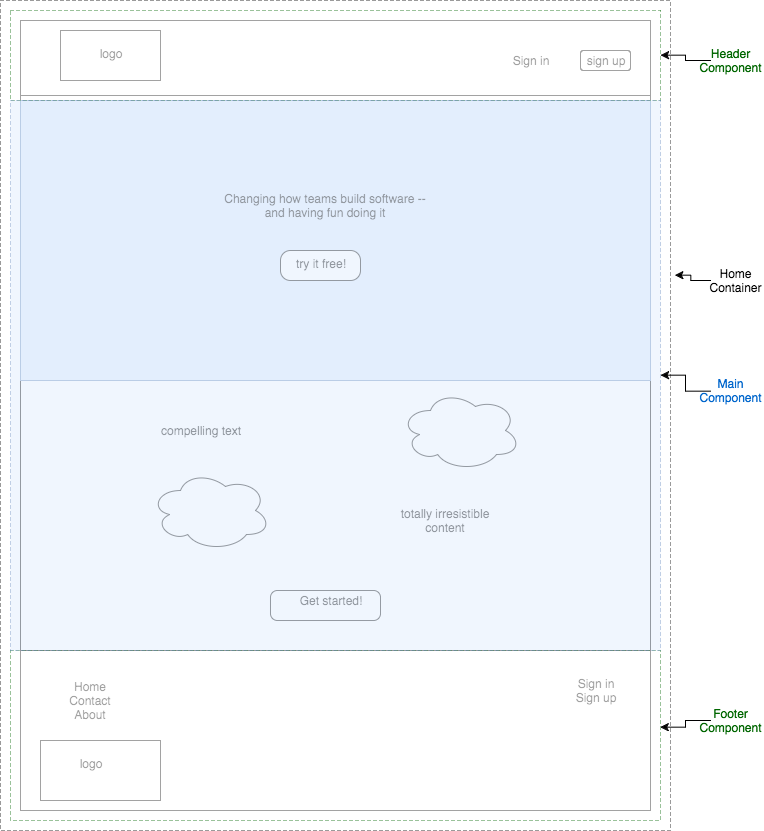
The draw.io diagram docs/wireframes/logged_out_home.png in sofbot/trackster, before a commit. Source tidied: cells renumbered, new cells last; positions are measured from the earlier drawing's top-left corner, leaving out a move shared by most shapes. Source of this version:
```xml
<mxGraphModel background="#ffffff">
  <root>
    <mxCell id="0" />
    <mxCell id="1" parent="0" />
    <mxCell id="2" style="whiteSpace=wrap;html=1;" parent="1" vertex="1">
      <mxGeometry x="20" y="20" width="630" height="785" as="geometry" />
    </mxCell>
    <mxCell id="3" style="whiteSpace=wrap;html=1;" parent="1" vertex="1">
      <mxGeometry x="20" y="20" width="630" height="75" as="geometry" />
    </mxCell>
    <mxCell id="4" style="whiteSpace=wrap;html=1;" parent="1" vertex="1">
      <mxGeometry x="20" y="650" width="630" height="160" as="geometry" />
    </mxCell>
    <mxCell id="5" value="Home&lt;div&gt;&lt;div&gt;&lt;div&gt;Contact&lt;/div&gt;&lt;/div&gt;&lt;div&gt;About&lt;/div&gt;&lt;/div&gt;" style="text;html=1;strokeColor=none;fillColor=none;align=center;verticalAlign=middle;whiteSpace=wrap;" parent="1" vertex="1">
      <mxGeometry x="70" y="690" width="40" height="20" as="geometry" />
    </mxCell>
    <mxCell id="6" style="whiteSpace=wrap;html=1;" parent="1" vertex="1">
      <mxGeometry x="60" y="30" width="100" height="50" as="geometry" />
    </mxCell>
    <mxCell id="7" value="logo&lt;div&gt;&lt;br&gt;&lt;/div&gt;" style="text;html=1;strokeColor=none;fillColor=none;align=center;verticalAlign=middle;whiteSpace=wrap;" parent="1" vertex="1">
      <mxGeometry x="90" y="50" width="40" height="20" as="geometry" />
    </mxCell>
    <mxCell id="8" value="S&lt;span&gt;ign in&lt;/span&gt;" style="text;html=1;strokeColor=none;fillColor=none;align=center;verticalAlign=middle;whiteSpace=wrap;" parent="1" vertex="1">
      <mxGeometry x="510" y="50" width="40" height="20" as="geometry" />
    </mxCell>
    <mxCell id="9" style="rounded=1;whiteSpace=wrap;html=1;direction=west;" parent="1" vertex="1">
      <mxGeometry x="580" y="50" width="50" height="20" as="geometry" />
    </mxCell>
    <mxCell id="10" value="sign up" style="text;html=1;strokeColor=none;fillColor=none;align=center;verticalAlign=middle;whiteSpace=wrap;" parent="1" vertex="1">
      <mxGeometry x="580" y="50" width="50" height="20" as="geometry" />
    </mxCell>
    <mxCell id="11" style="whiteSpace=wrap;html=1;fillColor=#dae8fc;strokeColor=#6c8ebf;" parent="1" vertex="1">
      <mxGeometry x="20" y="100" width="630" height="280" as="geometry" />
    </mxCell>
    <mxCell id="12" style="rounded=1;whiteSpace=wrap;html=1;arcSize=33;" parent="1" vertex="1">
      <mxGeometry x="280" y="250" width="80" height="30" as="geometry" />
    </mxCell>
    <mxCell id="13" value="try it free!&lt;div&gt;&lt;br&gt;&lt;/div&gt;" style="text;html=1;strokeColor=none;fillColor=none;align=center;verticalAlign=middle;whiteSpace=wrap;" parent="1" vertex="1">
      <mxGeometry x="270" y="260" width="100" height="20" as="geometry" />
    </mxCell>
    <mxCell id="14" value="Changing how teams build software --&lt;div&gt;and having fun doing it&lt;/div&gt;" style="text;html=1;strokeColor=none;fillColor=none;align=center;verticalAlign=middle;whiteSpace=wrap;" parent="1" vertex="1">
      <mxGeometry x="200" y="180" width="250" height="50" as="geometry" />
    </mxCell>
    <mxCell id="15" style="whiteSpace=wrap;html=1;" parent="1" vertex="1">
      <mxGeometry x="40" y="740" width="120" height="60" as="geometry" />
    </mxCell>
    <mxCell id="16" value="logo&lt;div&gt;&lt;br&gt;&lt;/div&gt;" style="text;html=1;strokeColor=none;fillColor=none;align=center;verticalAlign=middle;whiteSpace=wrap;" parent="1" vertex="1">
      <mxGeometry x="70" y="760" width="40" height="20" as="geometry" />
    </mxCell>
    <mxCell id="17" value="Sign in&lt;div&gt;Sign up&lt;/div&gt;" style="text;html=1;strokeColor=none;fillColor=none;align=center;verticalAlign=middle;whiteSpace=wrap;" parent="1" vertex="1">
      <mxGeometry x="570" y="680" width="50" height="20" as="geometry" />
    </mxCell>
    <mxCell id="18" style="ellipse;shape=cloud;whiteSpace=wrap;html=1;" parent="1" vertex="1">
      <mxGeometry x="400" y="390" width="120" height="80" as="geometry" />
    </mxCell>
    <mxCell id="19" style="ellipse;shape=cloud;whiteSpace=wrap;html=1;" parent="1" vertex="1">
      <mxGeometry x="150" y="470" width="120" height="80" as="geometry" />
    </mxCell>
    <mxCell id="20" value="compelling text" style="text;html=1;strokeColor=none;fillColor=none;align=center;verticalAlign=middle;whiteSpace=wrap;" parent="1" vertex="1">
      <mxGeometry x="130" y="420" width="140" height="20" as="geometry" />
    </mxCell>
    <mxCell id="21" value="totally irresistible content" style="text;html=1;strokeColor=none;fillColor=none;align=center;verticalAlign=middle;whiteSpace=wrap;" parent="1" vertex="1">
      <mxGeometry x="390" y="510" width="110" height="20" as="geometry" />
    </mxCell>
    <mxCell id="22" style="rounded=1;whiteSpace=wrap;html=1;arcSize=23;" parent="1" vertex="1">
      <mxGeometry x="270" y="590" width="110" height="30" as="geometry" />
    </mxCell>
    <mxCell id="23" value="Get started!" style="text;html=1;strokeColor=none;fillColor=none;align=center;verticalAlign=middle;whiteSpace=wrap;" parent="1" vertex="1">
      <mxGeometry x="290" y="590" width="80" height="20" as="geometry" />
    </mxCell>
    <mxCell id="24" style="edgeStyle=orthogonalEdgeStyle;rounded=0;html=1;entryX=1.006;entryY=0.331;entryPerimeter=0;jettySize=auto;" parent="1" edge="1" source="25" target="26">
      <mxGeometry relative="1" as="geometry" />
    </mxCell>
    <mxCell id="25" value="Home Container" style="text;html=1;strokeColor=none;fillColor=none;align=center;verticalAlign=middle;whiteSpace=wrap;" parent="1" vertex="1">
      <mxGeometry x="710" y="270" width="50" height="20" as="geometry" />
    </mxCell>
    <mxCell id="26" style="whiteSpace=wrap;html=1;dashed=1;opacity=40;" parent="1" vertex="1">
      <mxGeometry width="670" height="830" as="geometry" />
    </mxCell>
    <mxCell id="27" style="whiteSpace=wrap;html=1;dashed=1;opacity=40;strokeColor=#006600;" parent="1" vertex="1">
      <mxGeometry x="10" y="10" width="650" height="90" as="geometry" />
    </mxCell>
    <mxCell id="28" style="edgeStyle=orthogonalEdgeStyle;rounded=0;html=1;jettySize=auto;fontColor=#006600;" parent="1" edge="1" source="29" target="27">
      <mxGeometry relative="1" as="geometry" />
    </mxCell>
    <mxCell id="29" value="Header Component" style="text;html=1;strokeColor=none;fillColor=none;align=center;verticalAlign=middle;whiteSpace=wrap;dashed=1;fontColor=#006600;" parent="1" vertex="1">
      <mxGeometry x="710" y="50" width="40" height="20" as="geometry" />
    </mxCell>
    <mxCell id="30" style="whiteSpace=wrap;html=1;dashed=1;strokeColor=#006600;fontColor=#006600;opacity=40;" parent="1" vertex="1">
      <mxGeometry x="10" y="650" width="650" height="170" as="geometry" />
    </mxCell>
    <mxCell id="31" style="edgeStyle=orthogonalEdgeStyle;rounded=0;html=1;entryX=0.999;entryY=0.45;entryPerimeter=0;jettySize=auto;fontColor=#006600;" parent="1" edge="1" source="32" target="30">
      <mxGeometry relative="1" as="geometry" />
    </mxCell>
    <mxCell id="32" value="Footer Component" style="text;html=1;strokeColor=none;fillColor=none;align=center;verticalAlign=middle;whiteSpace=wrap;dashed=1;fontColor=#006600;" parent="1" vertex="1">
      <mxGeometry x="710" y="710" width="40" height="20" as="geometry" />
    </mxCell>
    <mxCell id="33" style="whiteSpace=wrap;html=1;dashed=1;strokeColor=#6c8ebf;fontColor=#006600;opacity=40;fillColor=#dae8fc;" parent="1" vertex="1">
      <mxGeometry x="10" y="100" width="650" height="550" as="geometry" />
    </mxCell>
    <mxCell id="34" style="edgeStyle=orthogonalEdgeStyle;rounded=0;html=1;jettySize=auto;fontColor=#0066CC;" parent="1" edge="1" source="35" target="33">
      <mxGeometry relative="1" as="geometry" />
    </mxCell>
    <mxCell id="35" value="Main Component" style="text;html=1;strokeColor=none;fillColor=none;align=center;verticalAlign=middle;whiteSpace=wrap;dashed=1;fontColor=#0066CC;" parent="1" vertex="1">
      <mxGeometry x="710" y="380" width="40" height="20" as="geometry" />
    </mxCell>
  </root>
</mxGraphModel>
```
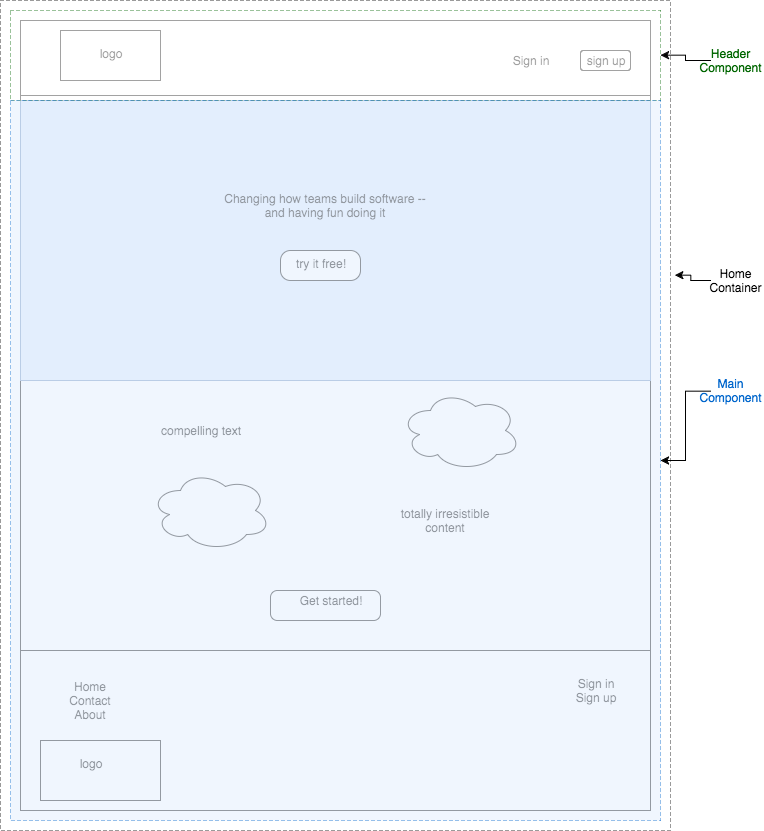
Later version of the same file.

Commit message:
update logged out home view

What changed in the source:
```diff
@@ -86,17 +86,8 @@
     <mxCell id="29" value="Header Component" style="text;html=1;strokeColor=none;fillColor=none;align=center;verticalAlign=middle;whiteSpace=wrap;dashed=1;fontColor=#006600;" parent="1" vertex="1">
       <mxGeometry x="710" y="50" width="40" height="20" as="geometry" />
     </mxCell>
-    <mxCell id="30" style="whiteSpace=wrap;html=1;dashed=1;strokeColor=#006600;fontColor=#006600;opacity=40;" parent="1" vertex="1">
-      <mxGeometry x="10" y="650" width="650" height="170" as="geometry" />
-    </mxCell>
-    <mxCell id="31" style="edgeStyle=orthogonalEdgeStyle;rounded=0;html=1;entryX=0.999;entryY=0.45;entryPerimeter=0;jettySize=auto;fontColor=#006600;" parent="1" edge="1" source="32" target="30">
-      <mxGeometry relative="1" as="geometry" />
-    </mxCell>
-    <mxCell id="32" value="Footer Component" style="text;html=1;strokeColor=none;fillColor=none;align=center;verticalAlign=middle;whiteSpace=wrap;dashed=1;fontColor=#006600;" parent="1" vertex="1">
-      <mxGeometry x="710" y="710" width="40" height="20" as="geometry" />
-    </mxCell>
-    <mxCell id="33" style="whiteSpace=wrap;html=1;dashed=1;strokeColor=#6c8ebf;fontColor=#006600;opacity=40;fillColor=#dae8fc;" parent="1" vertex="1">
-      <mxGeometry x="10" y="100" width="650" height="550" as="geometry" />
+    <mxCell id="33" style="whiteSpace=wrap;html=1;dashed=1;strokeColor=#0066CC;fontColor=#006600;opacity=40;fillColor=#dae8fc;" parent="1" vertex="1">
+      <mxGeometry x="10" y="100" width="650" height="720" as="geometry" />
     </mxCell>
     <mxCell id="34" style="edgeStyle=orthogonalEdgeStyle;rounded=0;html=1;jettySize=auto;fontColor=#0066CC;" parent="1" edge="1" source="35" target="33">
       <mxGeometry relative="1" as="geometry" />
```
